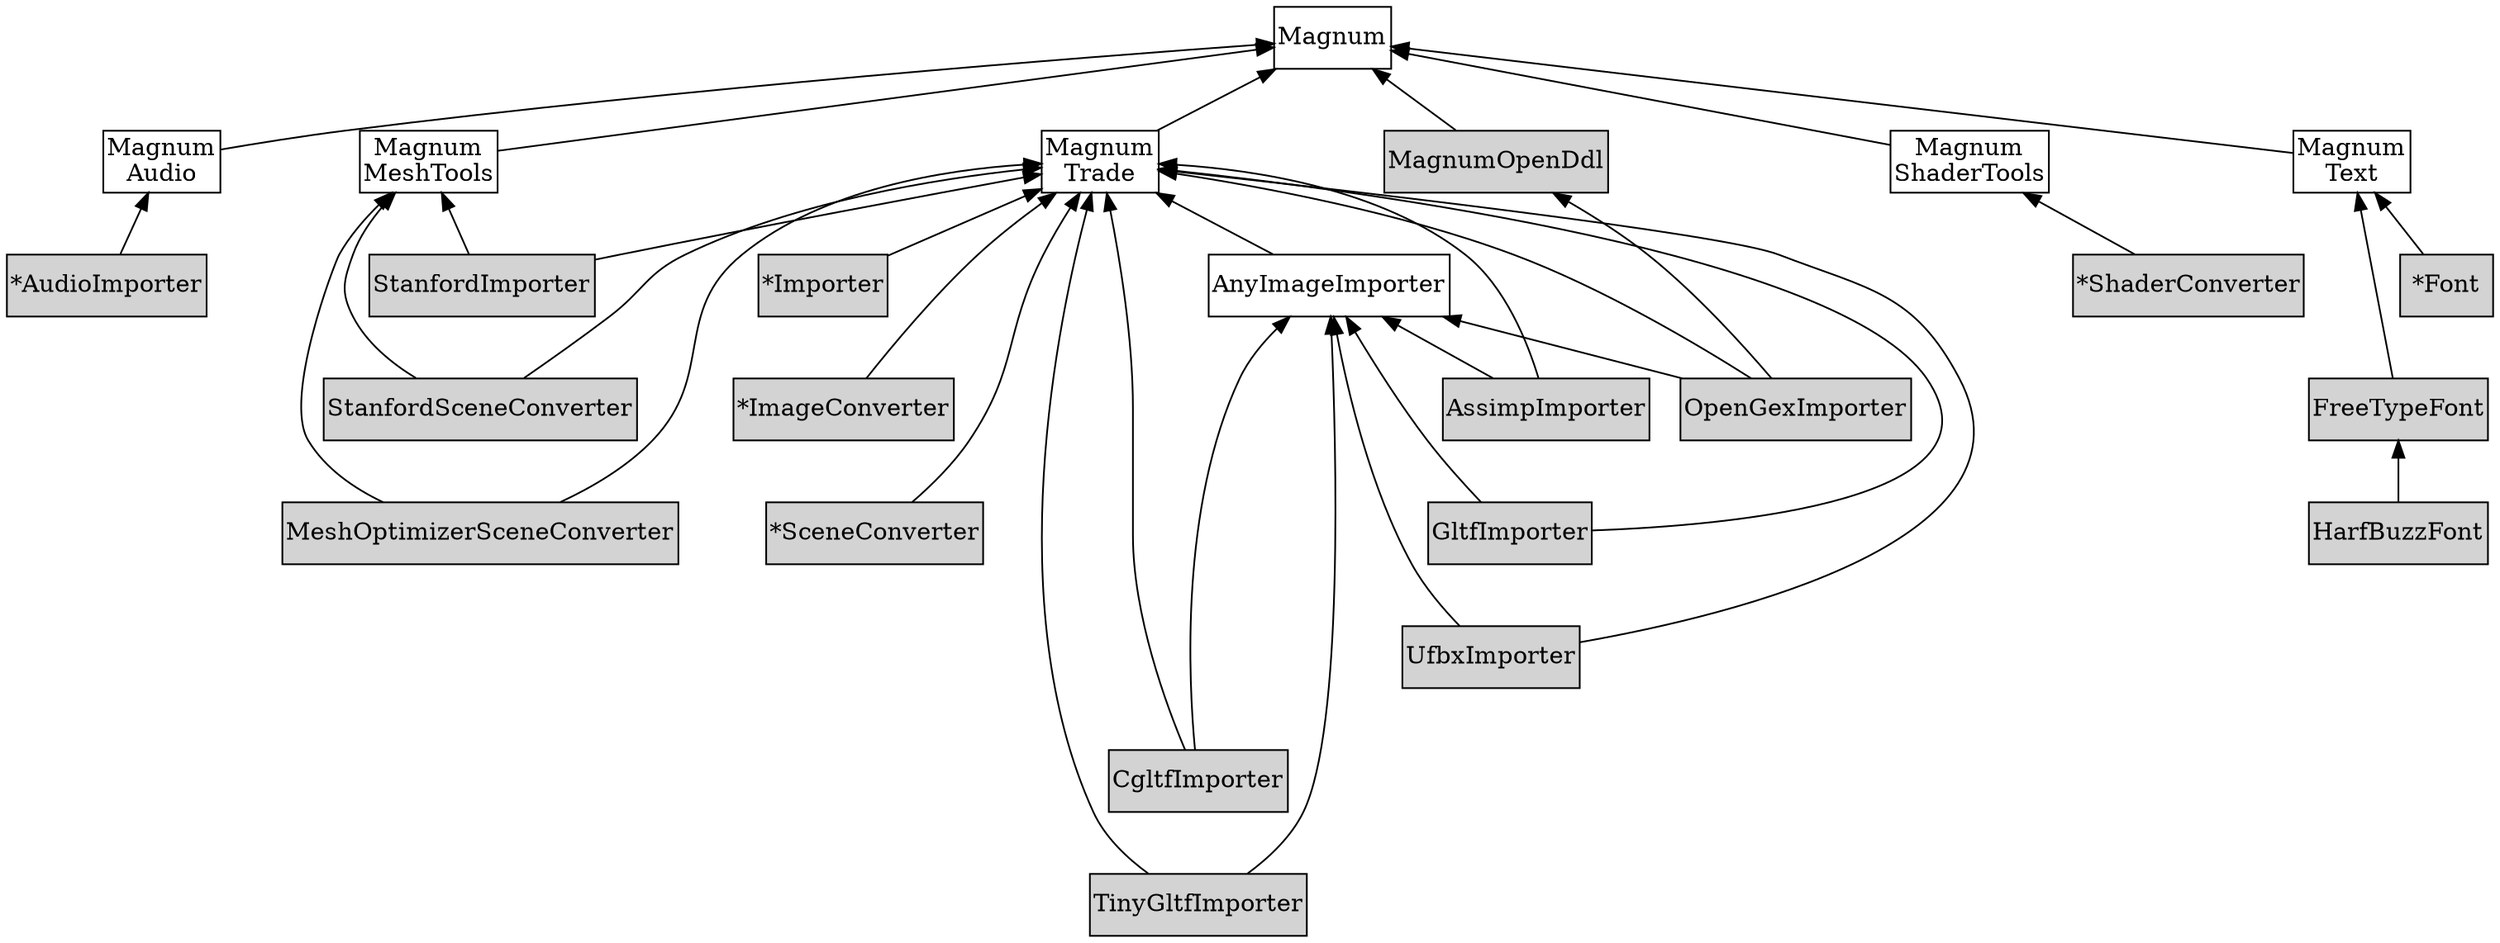
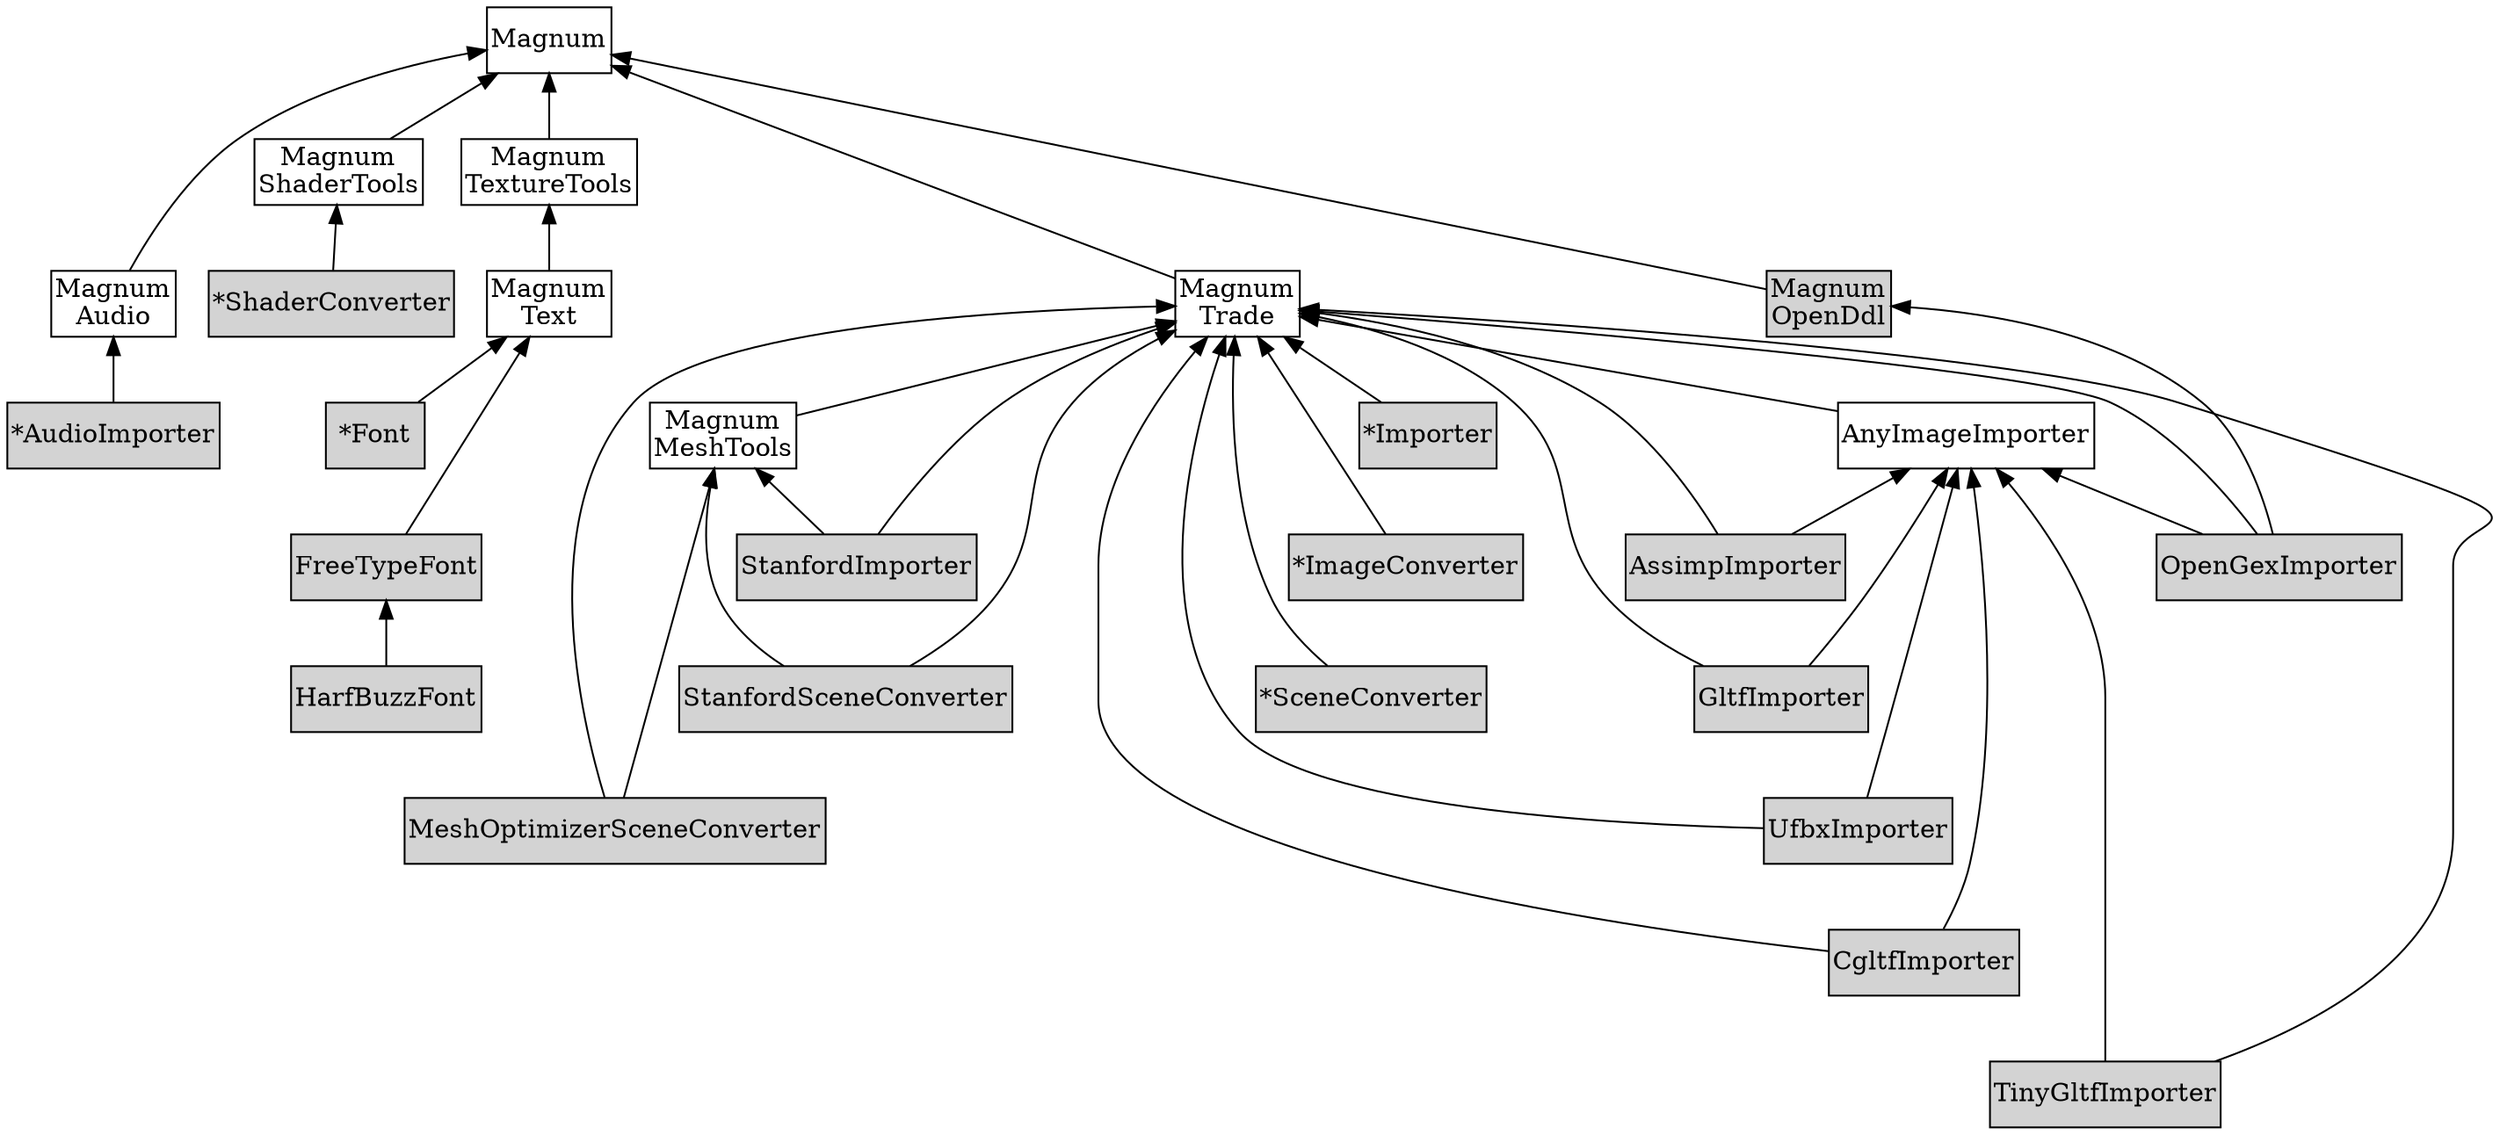
/*
    This file is part of Magnum.

    Copyright © 2010, 2011, 2012, 2013, 2014, 2015, 2016, 2017, 2018, 2019,
                2020, 2021, 2022, 2023, 2024, 2025, 2026
              Vladimír Vondruš <mosra@centrum.cz>

    Permission is hereby granted, free of charge, to any person obtaining a
    copy of this software and associated documentation files (the "Software"),
    to deal in the Software without restriction, including without limitation
    the rights to use, copy, modify, merge, publish, distribute, sublicense,
    and/or sell copies of the Software, and to permit persons to whom the
    Software is furnished to do so, subject to the following conditions:

    The above copyright notice and this permission notice shall be included
    in all copies or substantial portions of the Software.

    THE SOFTWARE IS PROVIDED "AS IS", WITHOUT WARRANTY OF ANY KIND, EXPRESS OR
    IMPLIED, INCLUDING BUT NOT LIMITED TO THE WARRANTIES OF MERCHANTABILITY,
    FITNESS FOR A PARTICULAR PURPOSE AND NONINFRINGEMENT. IN NO EVENT SHALL
    THE AUTHORS OR COPYRIGHT HOLDERS BE LIABLE FOR ANY CLAIM, DAMAGES OR OTHER
    LIABILITY, WHETHER IN AN ACTION OF CONTRACT, TORT OR OTHERWISE, ARISING
    FROM, OUT OF OR IN CONNECTION WITH THE SOFTWARE OR THE USE OR OTHER
    DEALINGS IN THE SOFTWARE.
*/

digraph "Magnum Plugins dependency order" {
    rankdir=BT
    ranksep=0.5
    node [style=filled shape=rect margin="0.03,0.03"]

-     Magnum [style=solid class="m-info"]
+     Magnum [style=solid class="m-primary"]
    MagnumAudio [style=solid label="Magnum\nAudio" class="m-info"]
    MagnumMeshTools [style=solid label="Magnum\nMeshTools" class="m-info"]
    MagnumShaderTools [style=solid label="Magnum\nShaderTools" class="m-info"]
    MagnumText [style=solid label="Magnum\nText" class="m-info"]
+     MagnumTextureTools [style=solid label="Magnum\nTextureTools" class="m-info"]
    MagnumTrade [style=solid label="Magnum\nTrade" class="m-info"]

-     {rank=same MagnumAudio MagnumMeshTools MagnumText MagnumTrade}
+     {rank=same MagnumAudio MagnumText MagnumTrade}

    AnyImageImporter [style=solid class="m-success"]

-     MagnumOpenDdl [class="m-dim"]
+     MagnumOpenDdl [label="Magnum\nOpenDdl" class="m-dim"]

    AudioImporter [label="*AudioImporter" class="m-success"]
    ImageConverter [label="*ImageConverter" class="m-success"]
    SceneConverter [label="*SceneConverter" class="m-success"]
    ShaderConverter [label="*ShaderConverter" class="m-success"]
    Importer [label="*Importer" class="m-success"]
    Font [label="*Font" class="m-success"]

    AssimpImporter [class="m-success"]
    FreeTypeFont [class="m-success"]
    HarfBuzzFont [class="m-success"]
    OpenGexImporter [class="m-dim"]
    GltfImporter [class="m-success"]
    CgltfImporter [class="m-dim"]
    TinyGltfImporter [class="m-dim"]
    UfbxImporter [class="m-success"]
    MeshOptimizerSceneConverter [class="m-success"]
    StanfordImporter [class="m-success"]
    StanfordSceneConverter [class="m-success"]

    MagnumAudio -> Magnum [class="m-info"]
-     MagnumMeshTools -> Magnum [class="m-info"]
    MagnumShaderTools -> Magnum [class="m-info"]
-     MagnumText -> Magnum [class="m-info"]
+     MagnumText -> MagnumTextureTools [class="m-info"]
+     MagnumTextureTools -> Magnum [class="m-info"]
    MagnumTrade -> Magnum [class="m-info"]
+     MagnumMeshTools -> MagnumTrade [class="m-info"]

    AnyImageImporter -> MagnumTrade [class="m-success"]

    MagnumOpenDdl -> Magnum [class="m-dim"]

    AudioImporter -> MagnumAudio
    ImageConverter -> MagnumTrade
    SceneConverter -> MagnumTrade
    ShaderConverter -> MagnumShaderTools
    Importer -> MagnumTrade
    Font -> MagnumText

    AssimpImporter -> MagnumTrade
    AssimpImporter -> AnyImageImporter
    FreeTypeFont -> MagnumText
    HarfBuzzFont -> FreeTypeFont
    OpenGexImporter -> MagnumTrade [class="m-dim"]
    OpenGexImporter -> AnyImageImporter [class="m-dim"]
    OpenGexImporter -> MagnumOpenDdl [class="m-dim"]
    GltfImporter -> MagnumTrade
    GltfImporter -> AnyImageImporter
    CgltfImporter -> MagnumTrade [class="m-dim"]
    CgltfImporter -> AnyImageImporter [class="m-dim"]
    TinyGltfImporter -> MagnumTrade [class="m-dim"]
    TinyGltfImporter -> AnyImageImporter [class="m-dim"]
    UfbxImporter -> MagnumTrade
    UfbxImporter -> AnyImageImporter

    StanfordImporter -> MagnumTrade
    StanfordImporter -> MagnumMeshTools
    MeshOptimizerSceneConverter -> MagnumTrade
    MeshOptimizerSceneConverter -> MagnumMeshTools
    StanfordSceneConverter -> MagnumTrade
    StanfordSceneConverter -> MagnumMeshTools

    /* To make the graph less wide */
    SceneConverter -> ImageConverter -> Importer [style="invis"]
    TinyGltfImporter -> CgltfImporter -> UfbxImporter -> GltfImporter -> AssimpImporter [style="invis"]
    FreeTypeFont -> Font [style="invis"]
    MeshOptimizerSceneConverter -> StanfordSceneConverter -> StanfordImporter [style="invis"]
}
